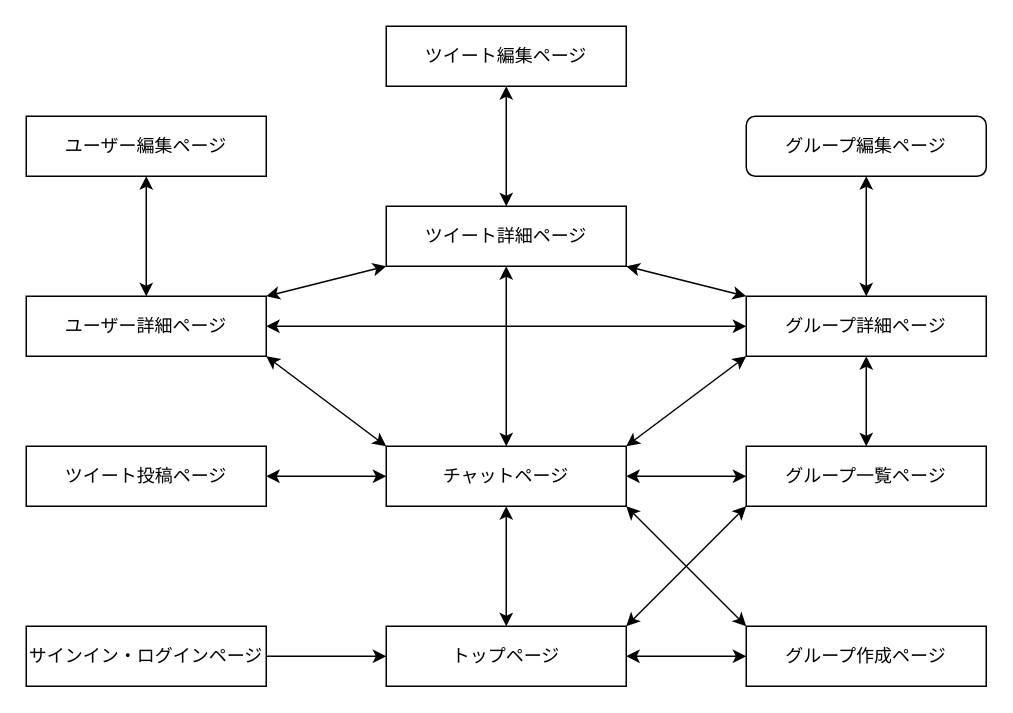
Before: transition.dio in elbarca1969/group-talk, a draw.io diagram. Source tidied: cells renumbered, new cells numbered last; positions are measured from the earlier drawing's top-left corner, leaving out a move shared by most shapes. Both pictures are drawn from the tidied source at 150%, with x=0, y=0 at pixel (26, 26).
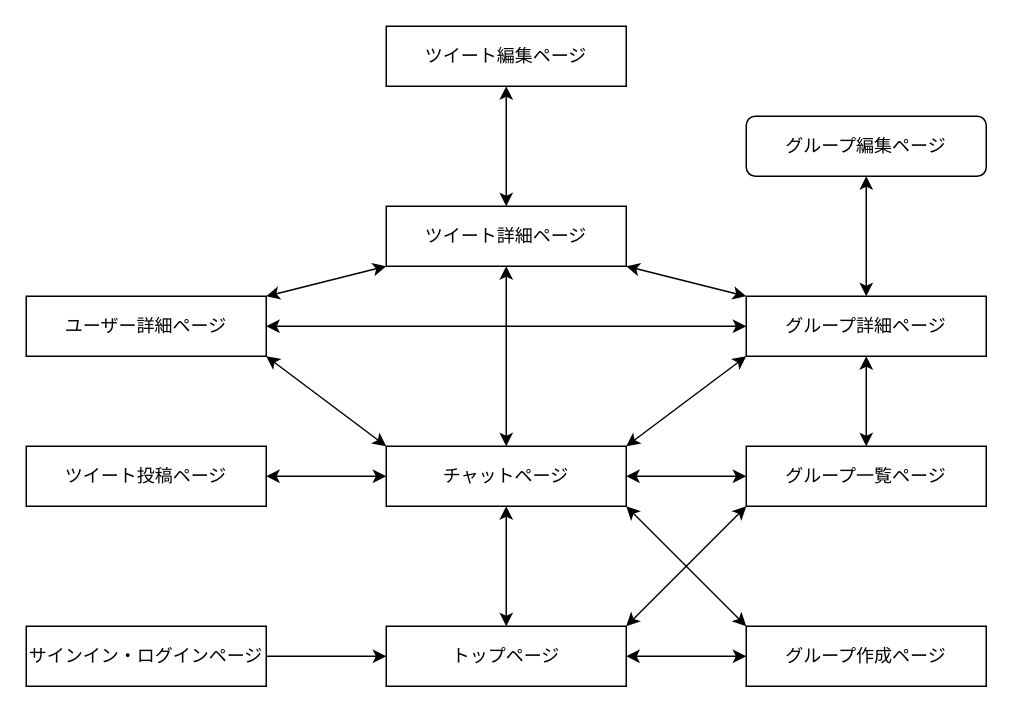
The same diagram, later.

Commit message:
画面遷移図の編集

What changed in the source:
```diff
@@
-    <mxCell id="3" value="ユーザー編集ページ" style="whiteSpace=wrap;html=1;align=center;" parent="1" vertex="1">
-      <mxGeometry y="60" width="160" height="40" as="geometry" />
-    </mxCell>
@@
-    <mxCell id="14" style="edgeStyle=orthogonalEdgeStyle;rounded=0;orthogonalLoop=1;jettySize=auto;html=1;entryX=0.5;entryY=1;entryDx=0;entryDy=0;startArrow=classic;startFill=1;endArrow=classic;endFill=1;" parent="1" edge="1">
-      <mxGeometry relative="1" as="geometry">
-        <mxPoint x="80" y="180" as="sourcePoint" />
-        <mxPoint x="80" y="100" as="targetPoint" />
-      </mxGeometry>
-    </mxCell>
```
